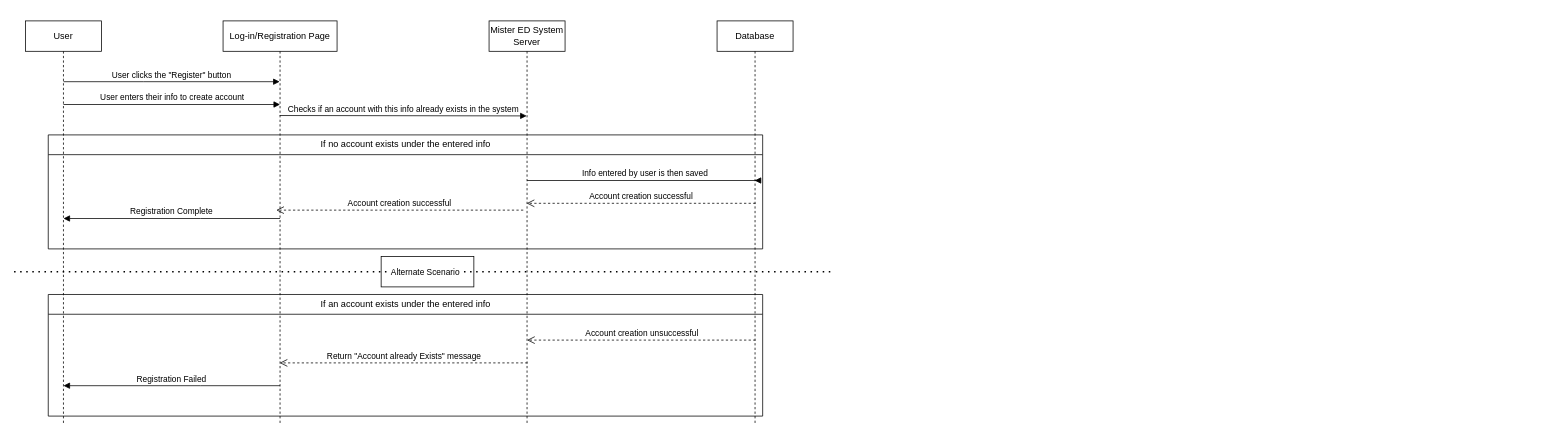
This is Registration-Sequence-Diagram.drawio from uvic-teach/project-m1-team8, a draw.io file, before an edit. Source tidied: cells renumbered, new cells numbered last; positions are measured from the earlier drawing's top-left corner, leaving out a move shared by most shapes. Both pictures are drawn from the tidied source at 76%, with x=0, y=0 at pixel (14, 21).
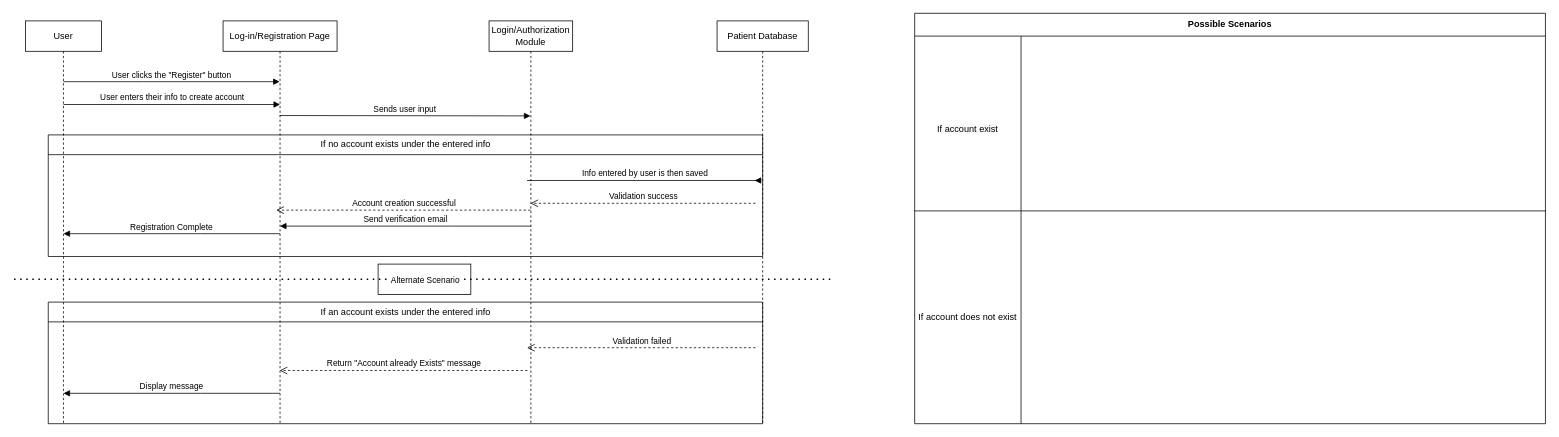
The same page after the edit.

Diff of the diagram source:
```diff
@@
     <mxCell id="2" style="rounded=0;whiteSpace=wrap;html=1;" parent="1" vertex="1">
-      <mxGeometry x="483" y="310" width="122" height="40" as="geometry" />
+      <mxGeometry x="479" y="320" width="122" height="40" as="geometry" />
     </mxCell>
     <mxCell id="3" style="endArrow=none;dashed=1;html=1;dashPattern=1 3;strokeWidth=2;rounded=0;" parent="1" edge="1">
       <mxGeometry relative="1" as="geometry">
-        <mxPoint y="330" as="sourcePoint" />
-        <mxPoint x="1080" y="330" as="targetPoint" />
+        <mxPoint y="340" as="sourcePoint" />
+        <mxPoint x="1080" y="340" as="targetPoint" />
       </mxGeometry>
     </mxCell>
@@
     <mxCell id="5" value="If no account exists under the entered info" style="swimlane;fontStyle=0;horizontal=1;startSize=26;fillColor=none;html=1;" parent="1" vertex="1">
-      <mxGeometry x="45" y="150" width="940" height="150" as="geometry" />
+      <mxGeometry x="45" y="150" width="940" height="160" as="geometry" />
     </mxCell>
@@
-    <mxCell id="7" value="Account creation successful" style="html=1;verticalAlign=bottom;endArrow=open;dashed=1;endSize=8;edgeStyle=elbowEdgeStyle;elbow=vertical;curved=0;rounded=0;" parent="5" edge="1" target="13">
+    <mxCell id="7" value="Validation success" style="html=1;verticalAlign=bottom;endArrow=open;dashed=1;endSize=8;edgeStyle=elbowEdgeStyle;elbow=vertical;curved=0;rounded=0;" parent="5" edge="1" target="13">
       <mxGeometry relative="1" as="geometry">
         <mxPoint x="930.5" y="90" as="sourcePoint" />
       </mxGeometry>
     </mxCell>
     <mxCell id="8" value="Registration Complete" style="html=1;verticalAlign=bottom;endArrow=block;edgeStyle=elbowEdgeStyle;elbow=vertical;curved=0;rounded=0;" parent="5" edge="1">
       <mxGeometry relative="1" as="geometry">
-        <mxPoint x="305" y="110" as="sourcePoint" />
-        <mxPoint x="20" y="110" as="targetPoint" />
+        <mxPoint x="305" y="130" as="sourcePoint" />
+        <mxPoint x="20" y="130" as="targetPoint" />
         <Array as="points">
-          <mxPoint x="200.5" y="110" />
-          <mxPoint x="320.5" y="100" />
+          <mxPoint x="200.5" y="130" />
+          <mxPoint x="320.5" y="120" />
         </Array>
       </mxGeometry>
     </mxCell>
+    <mxCell id="21" value="Send verification email" style="html=1;verticalAlign=bottom;endArrow=block;edgeStyle=elbowEdgeStyle;elbow=vertical;curved=0;rounded=0;" parent="5" edge="1">
+      <mxGeometry relative="1" as="geometry">
+        <mxPoint x="635.2" y="120" as="sourcePoint" />
+        <mxPoint x="304.8" y="120" as="targetPoint" />
+        <Array as="points">
+          <mxPoint x="530.8" y="120" />
+          <mxPoint x="650.8" y="110" />
+        </Array>
+      </mxGeometry>
+    </mxCell>
@@
-    <mxCell id="10" value="Database" style="shape=umlLifeline;perimeter=lifelinePerimeter;whiteSpace=wrap;html=1;newEdgeStyle={&quot;edgeStyle&quot;:&quot;elbowEdgeStyle&quot;,&quot;elbow&quot;:&quot;vertical&quot;,&quot;curved&quot;:0,&quot;rounded&quot;:0};" parent="1" vertex="1">
-      <mxGeometry x="925" width="100" height="530" as="geometry" />
+    <mxCell id="10" value="Patient Database" style="shape=umlLifeline;perimeter=lifelinePerimeter;whiteSpace=wrap;html=1;newEdgeStyle={&quot;edgeStyle&quot;:&quot;elbowEdgeStyle&quot;,&quot;elbow&quot;:&quot;vertical&quot;,&quot;curved&quot;:0,&quot;rounded&quot;:0};" parent="1" vertex="1">
+      <mxGeometry x="925" width="120" height="530" as="geometry" />
     </mxCell>
@@
-    <mxCell id="13" value="Mister ED System Server" style="shape=umlLifeline;perimeter=lifelinePerimeter;whiteSpace=wrap;html=1;outlineConnect=0;portConstraint=eastwest;newEdgeStyle={&quot;edgeStyle&quot;:&quot;elbowEdgeStyle&quot;,&quot;elbow&quot;:&quot;vertical&quot;,&quot;curved&quot;:0,&quot;rounded&quot;:0};" parent="1" vertex="1">
-      <mxGeometry x="625" width="100" height="530" as="geometry" />
+    <mxCell id="13" value="Login/Authorization Module" style="shape=umlLifeline;perimeter=lifelinePerimeter;whiteSpace=wrap;html=1;outlineConnect=0;portConstraint=eastwest;newEdgeStyle={&quot;edgeStyle&quot;:&quot;elbowEdgeStyle&quot;,&quot;elbow&quot;:&quot;vertical&quot;,&quot;curved&quot;:0,&quot;rounded&quot;:0};" parent="1" vertex="1">
+      <mxGeometry x="625" width="110" height="530" as="geometry" />
     </mxCell>
@@
-    <mxCell id="15" value="Account creation successful" style="html=1;verticalAlign=bottom;endArrow=open;dashed=1;endSize=8;edgeStyle=elbowEdgeStyle;elbow=vertical;curved=0;rounded=0;" parent="1" edge="1">
+    <mxCell id="15" value="Account creation successful" style="html=1;verticalAlign=bottom;endArrow=open;dashed=1;endSize=8;edgeStyle=elbowEdgeStyle;elbow=vertical;curved=0;rounded=0;" parent="1" edge="1" source="13">
       <mxGeometry relative="1" as="geometry">
-        <mxPoint x="670" y="249" as="sourcePoint" />
         <mxPoint x="345" y="249" as="targetPoint" />
       </mxGeometry>
     </mxCell>
-    <mxCell id="16" value="Checks if an account with this info already exists in the system" style="html=1;verticalAlign=bottom;endArrow=block;edgeStyle=elbowEdgeStyle;elbow=vertical;curved=0;rounded=0;" parent="1" edge="1">
+    <mxCell id="16" value="Sends user input" style="html=1;verticalAlign=bottom;endArrow=block;edgeStyle=elbowEdgeStyle;elbow=vertical;curved=0;rounded=0;" parent="1" edge="1" target="13">
       <mxGeometry relative="1" as="geometry">
         <mxPoint x="349.5" y="124.5" as="sourcePoint" />
-        <mxPoint x="674.5" y="124.5" as="targetPoint" />
         <Array as="points">
           <mxPoint x="515" y="125" />
           <mxPoint x="400.5" y="34.5" />
         </Array>
       </mxGeometry>
     </mxCell>
     <mxCell id="17" value="If an account exists under the entered info" style="swimlane;fontStyle=0;horizontal=1;startSize=26;fillColor=none;html=1;" parent="1" vertex="1">
-      <mxGeometry x="45" y="360" width="940" height="160" as="geometry" />
+      <mxGeometry x="45" y="370" width="940" height="160" as="geometry" />
     </mxCell>
@@
-    <mxCell id="19" value="Account creation unsuccessful" style="html=1;verticalAlign=bottom;endArrow=open;dashed=1;endSize=8;edgeStyle=elbowEdgeStyle;elbow=vertical;curved=0;rounded=0;" parent="17" edge="1">
+    <mxCell id="19" value="Validation failed" style="html=1;verticalAlign=bottom;endArrow=open;dashed=1;endSize=8;edgeStyle=elbowEdgeStyle;elbow=vertical;curved=0;rounded=0;" parent="17" edge="1">
       <mxGeometry relative="1" as="geometry">
         <mxPoint x="930.5" y="60" as="sourcePoint" />
         <mxPoint x="630" y="60" as="targetPoint" />
       </mxGeometry>
     </mxCell>
-    <mxCell id="20" value="Registration Failed" style="html=1;verticalAlign=bottom;endArrow=block;edgeStyle=elbowEdgeStyle;elbow=vertical;curved=0;rounded=0;" parent="17" edge="1">
+    <mxCell id="20" value="Display message" style="html=1;verticalAlign=bottom;endArrow=block;edgeStyle=elbowEdgeStyle;elbow=vertical;curved=0;rounded=0;" parent="17" edge="1">
       <mxGeometry relative="1" as="geometry">
         <mxPoint x="305" y="120" as="sourcePoint" />
         <mxPoint x="20" y="120" as="targetPoint" />
         <Array as="points">
           <mxPoint x="200.5" y="120" />
           <mxPoint x="320.5" y="110" />
         </Array>
       </mxGeometry>
     </mxCell>
+    <mxCell id="22" value="Possible Scenarios" style="shape=table;startSize=30;childLayout=tableLayout;rowLines=0;fontStyle=1;align=center;html=1;whiteSpace=wrap;" parent="1" vertex="1">
+      <mxGeometry x="1185" y="-10" width="830" height="540" as="geometry" />
+    </mxCell>
+    <mxCell id="23" style="shape=tableRow;horizontal=0;startSize=0;swimlaneHead=0;swimlaneBody=0;fillColor=none;top=0;left=0;right=0;bottom=1;html=1;" parent="22" vertex="1">
+      <mxGeometry y="30" width="830" height="230" as="geometry" />
+    </mxCell>
+    <mxCell id="24" value="&lt;br&gt;&lt;span style=&quot;color: rgb(0, 0, 0); font-family: Helvetica; font-size: 12px; font-style: normal; font-variant-ligatures: normal; font-variant-caps: normal; font-weight: 400; letter-spacing: normal; orphans: 2; text-align: center; text-indent: 0px; text-transform: none; widows: 2; word-spacing: 0px; -webkit-text-stroke-width: 0px; background-color: rgb(251, 251, 251); text-decoration-thickness: initial; text-decoration-style: initial; text-decoration-color: initial; float: none; display: inline !important;&quot;&gt;If account exist&lt;/span&gt;&lt;br&gt;" style="shape=partialRectangle;fillColor=none;top=0;left=0;bottom=0;right=0;fontStyle=1;overflow=hidden;html=1;whiteSpace=wrap;" parent="23" vertex="1">
+      <mxGeometry width="140" height="230" as="geometry" />
+    </mxCell>
+    <mxCell id="25" style="shape=partialRectangle;fillColor=none;top=0;left=0;bottom=0;right=0;align=left;spacingLeft=6;fontStyle=5;overflow=hidden;html=1;whiteSpace=wrap;" parent="23" vertex="1">
+      <mxGeometry x="140" width="690" height="230" as="geometry" />
+    </mxCell>
+    <mxCell id="26" style="shape=tableRow;horizontal=0;startSize=0;swimlaneHead=0;swimlaneBody=0;fillColor=none;top=0;left=0;right=0;bottom=0;html=1;" parent="22" vertex="1">
+      <mxGeometry y="260" width="830" height="280" as="geometry" />
+    </mxCell>
+    <mxCell id="27" value="If account does not exist" style="shape=partialRectangle;fillColor=none;top=0;left=0;bottom=0;right=0;overflow=hidden;html=1;whiteSpace=wrap;" parent="26" vertex="1">
+      <mxGeometry width="140" height="280" as="geometry" />
+    </mxCell>
+    <mxCell id="28" style="shape=partialRectangle;fillColor=none;top=0;left=0;bottom=0;right=0;align=left;spacingLeft=6;overflow=hidden;html=1;whiteSpace=wrap;" parent="26" vertex="1">
+      <mxGeometry x="140" width="690" height="280" as="geometry" />
+    </mxCell>
```
